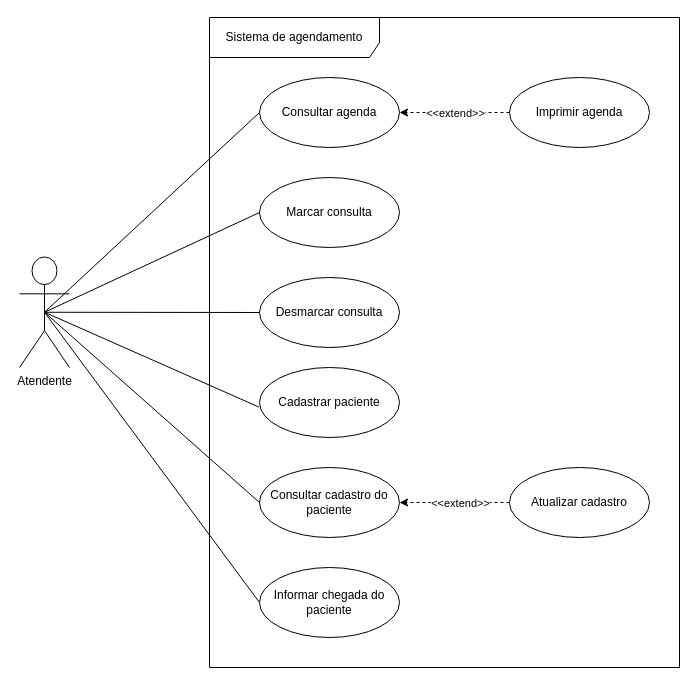
cauanpss/av3_AOO keeps this draw.io diagram as UCD/UCDatendente.drawio. Above is the earlier version. Source tidied: cells renumbered, new cells numbered last; positions are measured from the earlier drawing's top-left corner, leaving out a move shared by most shapes. Both pictures are drawn from the tidied source at 100%, with x=0, y=0 at pixel (19, 17).
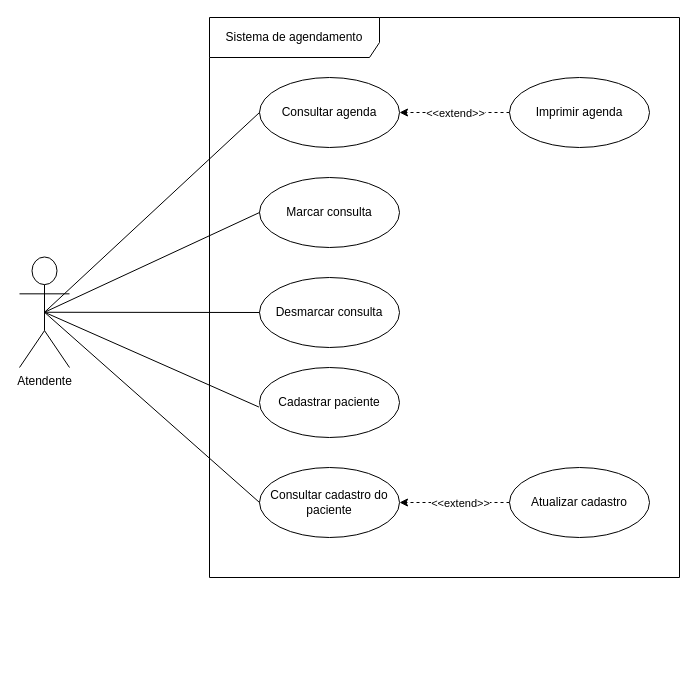
Above is the later version.

Unchanged cells that the change refers to:
```xml
<mxCell id="15" value="Atendente&lt;div&gt;&lt;br&gt;&lt;/div&gt;" style="shape=umlActor;verticalLabelPosition=bottom;verticalAlign=top;html=1;labelPerimeter=1;" parent="1" vertex="1">
  <mxGeometry y="239.5" width="50" height="110.5" as="geometry" />
</mxCell>
```

What changed in the source:
```diff
@@
-    <mxCell id="5" value="Informar chegada do paciente" style="ellipse;whiteSpace=wrap;html=1;" parent="1" vertex="1">
-      <mxGeometry x="240" y="550" width="140" height="70" as="geometry" />
-    </mxCell>
@@
     <mxCell id="14" value="Sistema de agendamento" style="shape=umlFrame;whiteSpace=wrap;html=1;width=170;height=40;" parent="1" vertex="1">
-      <mxGeometry x="190" width="470" height="650" as="geometry" />
+      <mxGeometry x="190" width="470" height="560" as="geometry" />
     </mxCell>
@@
-    <mxCell id="21" style="endArrow=none;startArrow=none;endFill=0;startFill=0;endSize=8;html=1;verticalAlign=bottom;labelBackgroundColor=none;strokeWidth=1;exitX=0.5;exitY=0.5;exitDx=0;exitDy=0;exitPerimeter=0;entryX=0;entryY=0.5;entryDx=0;entryDy=0;" parent="1" edge="1" source="15" target="5">
-      <mxGeometry relative="1" as="geometry" />
-    </mxCell>
```
